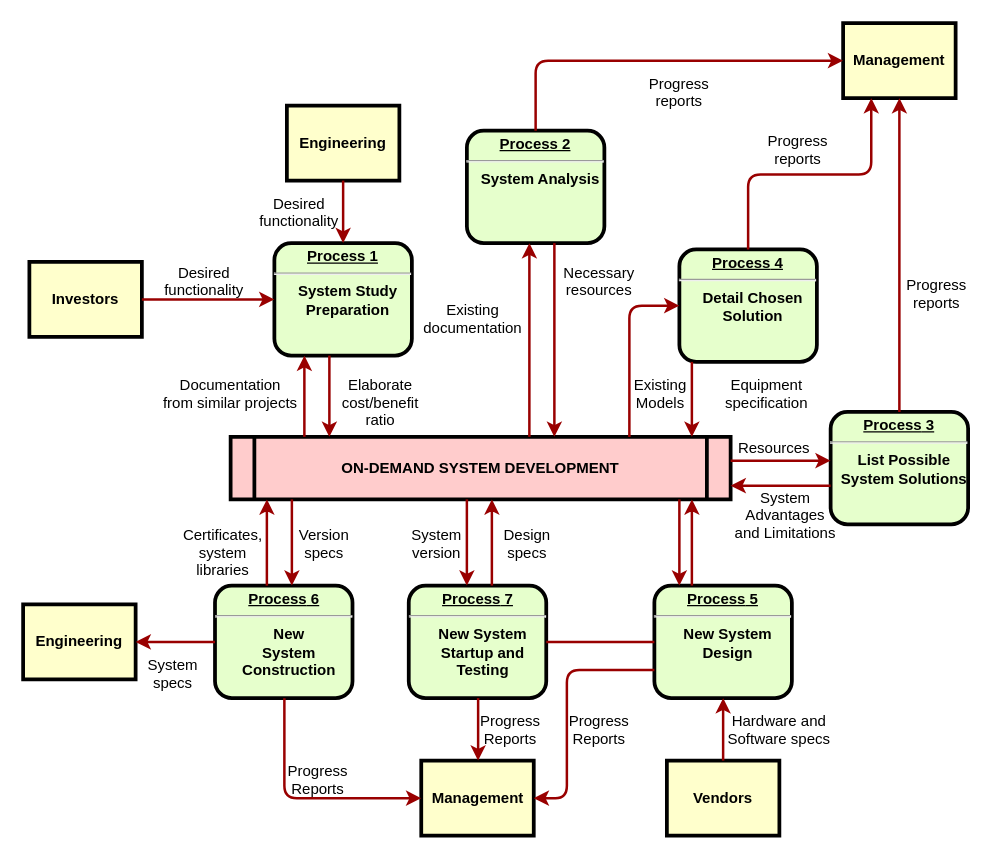
Earlier version of the draw.io diagram Untitled Diagram.drawio (sanjeevdebnath/automation-test-tool). Source tidied: cells renumbered, new cells numbered last; positions are measured from the earlier drawing's top-left corner, leaving out a move shared by most shapes. Both pictures are drawn from the tidied source at 125%, with x=0, y=0 at pixel (22, 22).
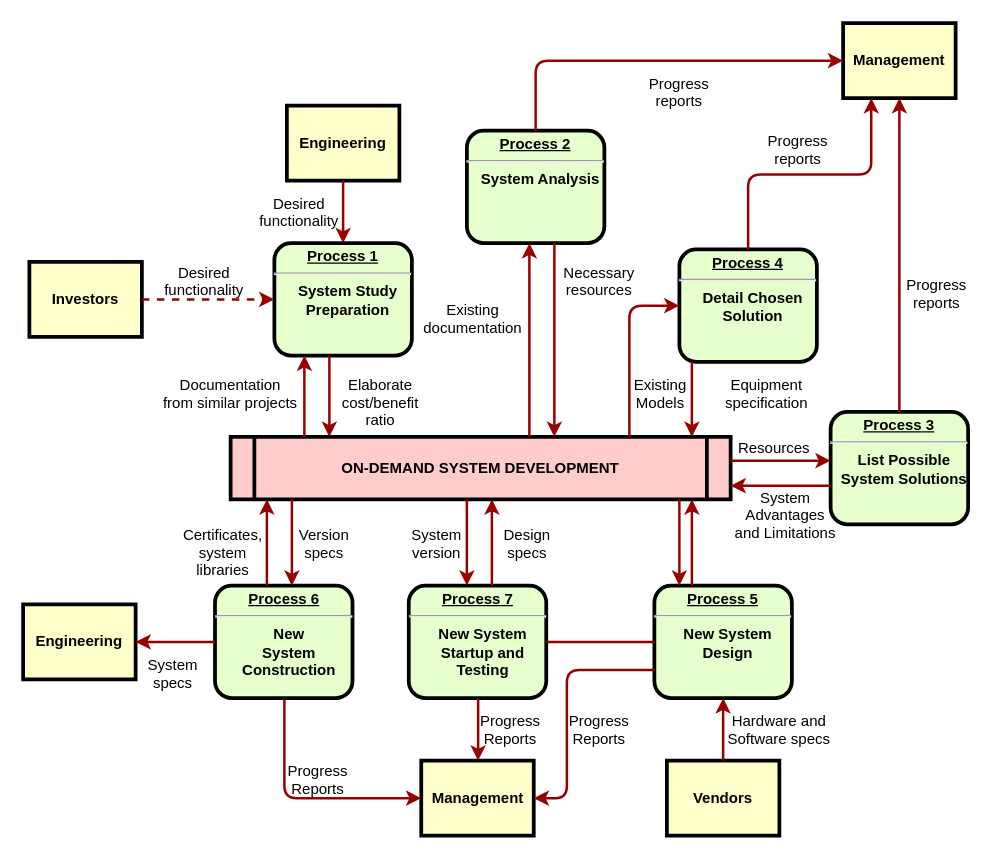
Above is the later version.

Unchanged cells that the change refers to:
```xml
<mxCell id="2" value="&lt;p style=&quot;margin: 0px; margin-top: 4px; text-align: center; text-decoration: underline;&quot;&gt;&lt;strong&gt;Process 1&lt;br /&gt;&lt;/strong&gt;&lt;/p&gt;&lt;hr /&gt;&lt;p style=&quot;margin: 0px; margin-left: 8px;&quot;&gt;System Study&lt;/p&gt;&lt;p style=&quot;margin: 0px; margin-left: 8px;&quot;&gt;Preparation&lt;/p&gt;" style="verticalAlign=middle;align=center;overflow=fill;fontSize=12;fontFamily=Helvetica;html=1;rounded=1;fontStyle=1;strokeWidth=3;fillColor=#E6FFCC;" parent="1" vertex="1">
  <mxGeometry x="201" y="176" width="110" height="90" as="geometry" />
</mxCell>
<mxCell id="4" value="Investors" style="whiteSpace=wrap;align=center;verticalAlign=middle;fontStyle=1;strokeWidth=3;fillColor=#FFFFCC;" parent="1" vertex="1">
  <mxGeometry x="5" y="191" width="90" height="60" as="geometry" />
</mxCell>
```

Diff of the diagram source:
```diff
@@
-    <mxCell id="16" style="edgeStyle=none;noEdgeStyle=1;strokeColor=#990000;strokeWidth=2;" parent="1" edge="1" source="4" target="2">
-      <mxGeometry relative="1" as="geometry" />
+    <mxCell id="16" style="edgeStyle=none;noEdgeStyle=1;strokeColor=#990000;strokeWidth=2;dashed=1;" parent="1" edge="1" target="2">
+      <mxGeometry relative="1" as="geometry">
+        <mxPoint x="95" y="221" as="sourcePoint" />
+      </mxGeometry>
     </mxCell>
```
